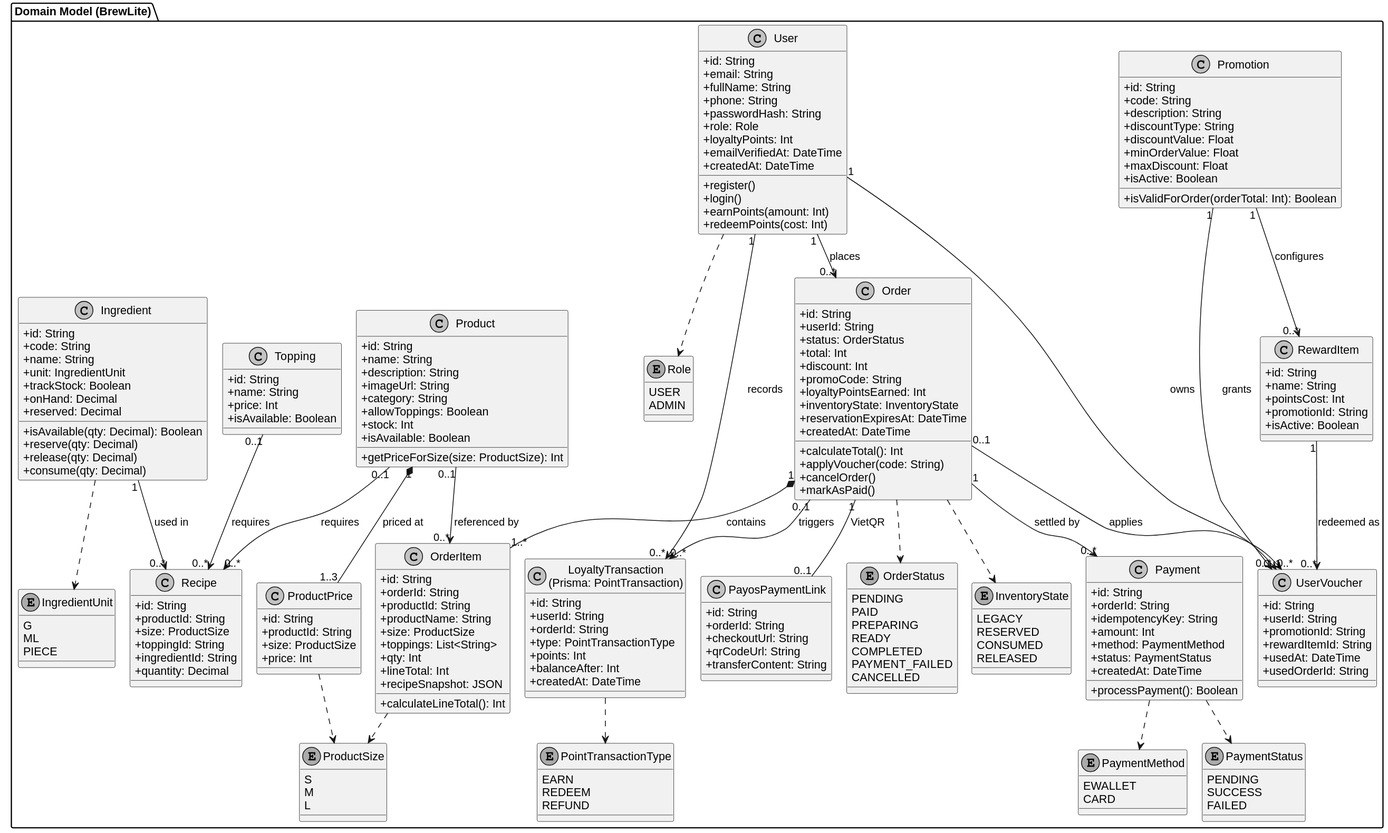
This is docs/diagrams/class-domain.svg from PhucTruong11/brewlite-assignment2, a PlantUML export, as it was before one commit.
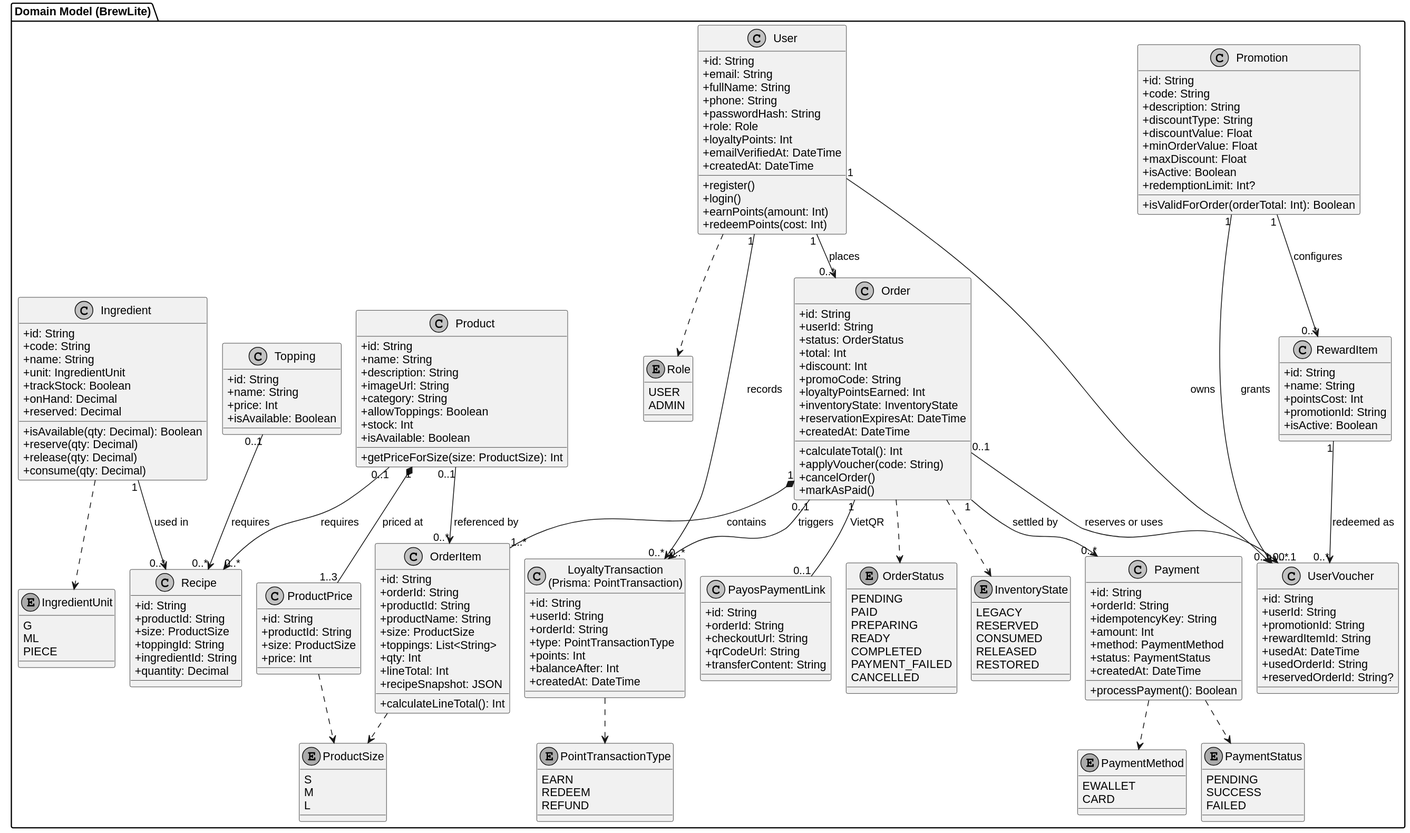
After the commit.

Diff of the diagram source:
```diff
@@ -132,6 +132,7 @@
     + minOrderValue: Float
     + maxDiscount: Float
     + isActive: Boolean
+    + redemptionLimit: Int?
     + isValidForOrder(orderTotal: Int): Boolean
   }
 
@@ -150,6 +151,7 @@
     + rewardItemId: String
     + usedAt: DateTime
     + usedOrderId: String
+    + reservedOrderId: String?
   }
 
   class "LoyaltyTransaction\n(Prisma: PointTransaction)" as LoyaltyTransaction {
@@ -177,6 +179,7 @@
     RESERVED
     CONSUMED
     RELEASED
+    RESTORED
   }
 
   enum PaymentStatus {
@@ -226,7 +229,7 @@
 
 Order "1" --> "0..*" Payment : settled by
 Order "1" -- "0..1" PayosPaymentLink : VietQR
-Order "0..1" --> "0..1" UserVoucher : applies
+Order "0..1" --> "0..1" UserVoucher : reserves or uses
 Promotion "1" --> "0..*" UserVoucher : grants
 Promotion "1" --> "0..*" RewardItem : configures
 RewardItem "1" --> "0..*" UserVoucher : redeemed as
```
